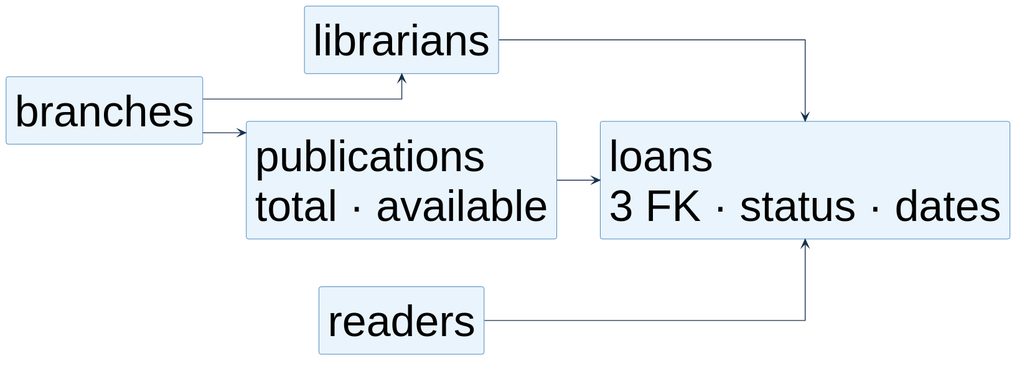
pank-suai/course-oop-library keeps this PlantUML diagram as presentation/diagrams/room-overview.svg. Above is the earlier version. Source of this version:
```plantuml
@startuml
left to right direction
skinparam backgroundColor transparent
skinparam shadowing false
skinparam defaultFontName Arial
skinparam defaultFontSize 46
skinparam rectangleFontSize 50
skinparam ArrowFontSize 42
skinparam linetype ortho
skinparam nodesep 55
skinparam ranksep 50
skinparam RectangleBorderColor #005AAA
skinparam RectangleBackgroundColor #EAF4FC
skinparam ArrowColor #17324D

rectangle "branches" as branches
rectangle "readers" as readers
rectangle "librarians" as librarians
rectangle "publications\ntotal · available" as publications
rectangle "loans\n3 FK · status · dates" as loans

branches --> librarians
branches --> publications
readers --> loans
librarians --> loans
publications --> loans
@enduml
```
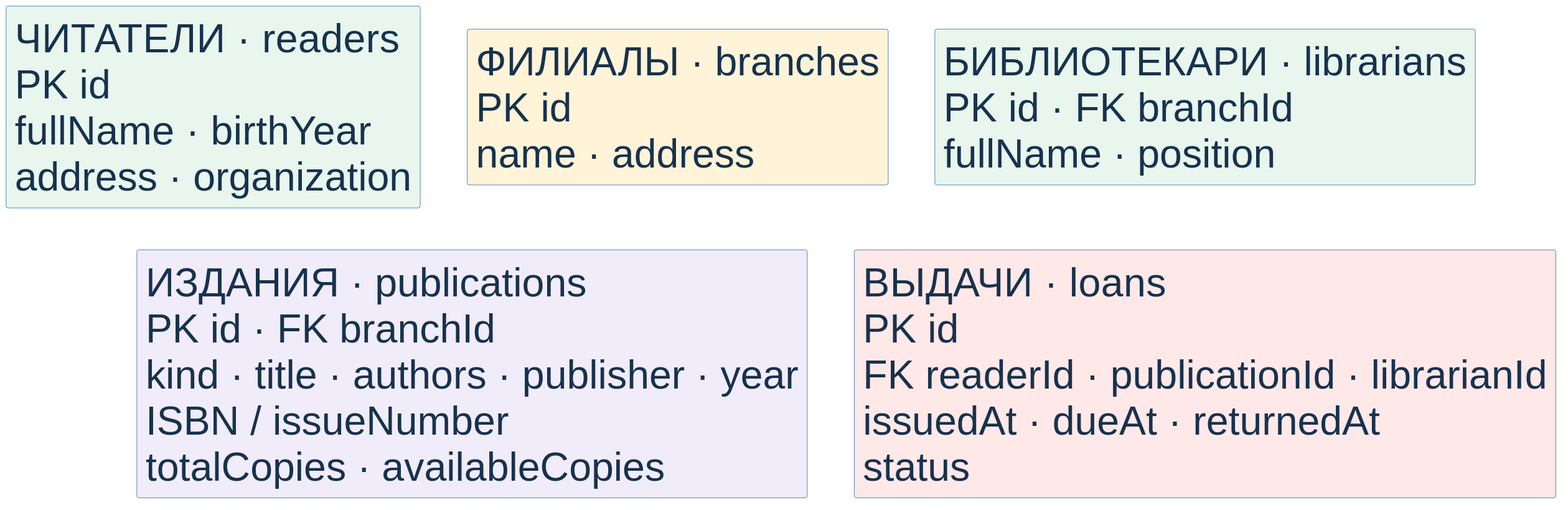
The same diagram one commit later.

What changed in the source:
```diff
@@ -1,27 +1,27 @@
 @startuml
-left to right direction
+top to bottom direction
 skinparam backgroundColor transparent
 skinparam shadowing false
 skinparam defaultFontName Arial
-skinparam defaultFontSize 46
-skinparam rectangleFontSize 50
-skinparam ArrowFontSize 42
+skinparam defaultFontSize 44
+skinparam rectangleFontSize 46
 skinparam linetype ortho
-skinparam nodesep 55
-skinparam ranksep 50
+skinparam nodesep 54
+skinparam ranksep 48
 skinparam RectangleBorderColor #005AAA
 skinparam RectangleBackgroundColor #EAF4FC
-skinparam ArrowColor #17324D
+skinparam RectangleFontColor #17324D
 
-rectangle "branches" as branches
-rectangle "readers" as readers
-rectangle "librarians" as librarians
-rectangle "publications\ntotal · available" as publications
-rectangle "loans\n3 FK · status · dates" as loans
+rectangle "ЧИТАТЕЛИ · readers\nPK id\nfullName · birthYear\naddress · organization" as readers #E8F6EE
+rectangle "ФИЛИАЛЫ · branches\nPK id\nname · address" as branches #FFF3D8
+rectangle "БИБЛИОТЕКАРИ · librarians\nPK id · FK branchId\nfullName · position" as librarians #E8F6EE
+rectangle "ИЗДАНИЯ · publications\nPK id · FK branchId\nkind · title · authors · publisher · year\nISBN / issueNumber\ntotalCopies · availableCopies" as publications #F1ECFA
+rectangle "ВЫДАЧИ · loans\nPK id\nFK readerId · publicationId · librarianId\nissuedAt · dueAt · returnedAt\nstatus" as loans #FFE8E8
 
-branches --> librarians
-branches --> publications
-readers --> loans
-librarians --> loans
-publications --> loans
+readers -[hidden]right- branches
+branches -[hidden]right- librarians
+publications -[hidden]right- loans
+readers -[hidden]down- publications
+branches -[hidden]down- publications
+librarians -[hidden]down- loans
 @enduml
```
